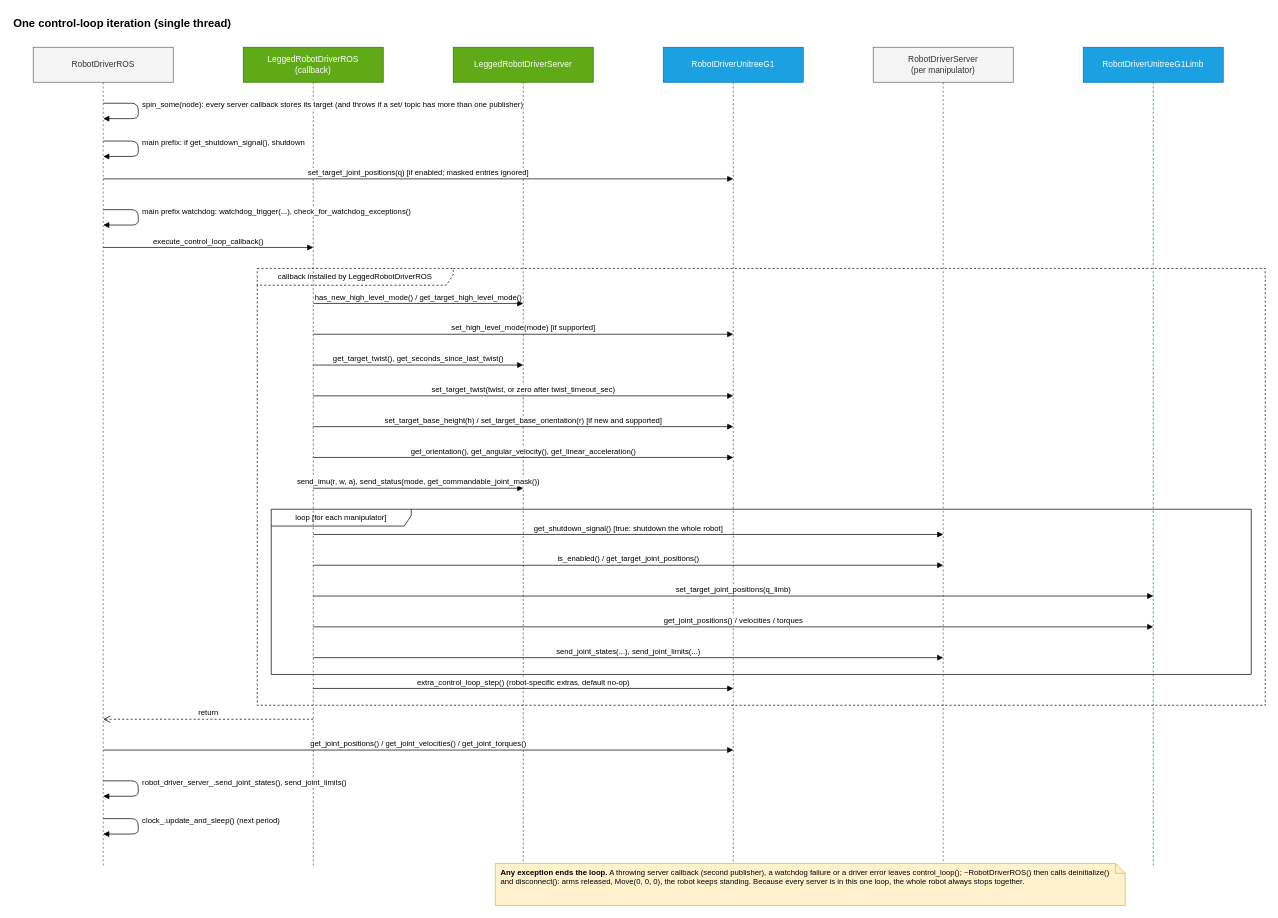
Adorno-Lab/sas_tools keeps this draw.io diagram as page "4. Control loop" (4 of 4) of design/UML/legged_robot_driver_architecture.drawio. Above is the earlier version. Source tidied: cells renumbered, new cells numbered last; positions are measured from the earlier drawing's top-left corner, leaving out a move shared by most shapes. Both pictures are drawn from the tidied source at 70%, with x=0, y=0 at pixel (12, 12).
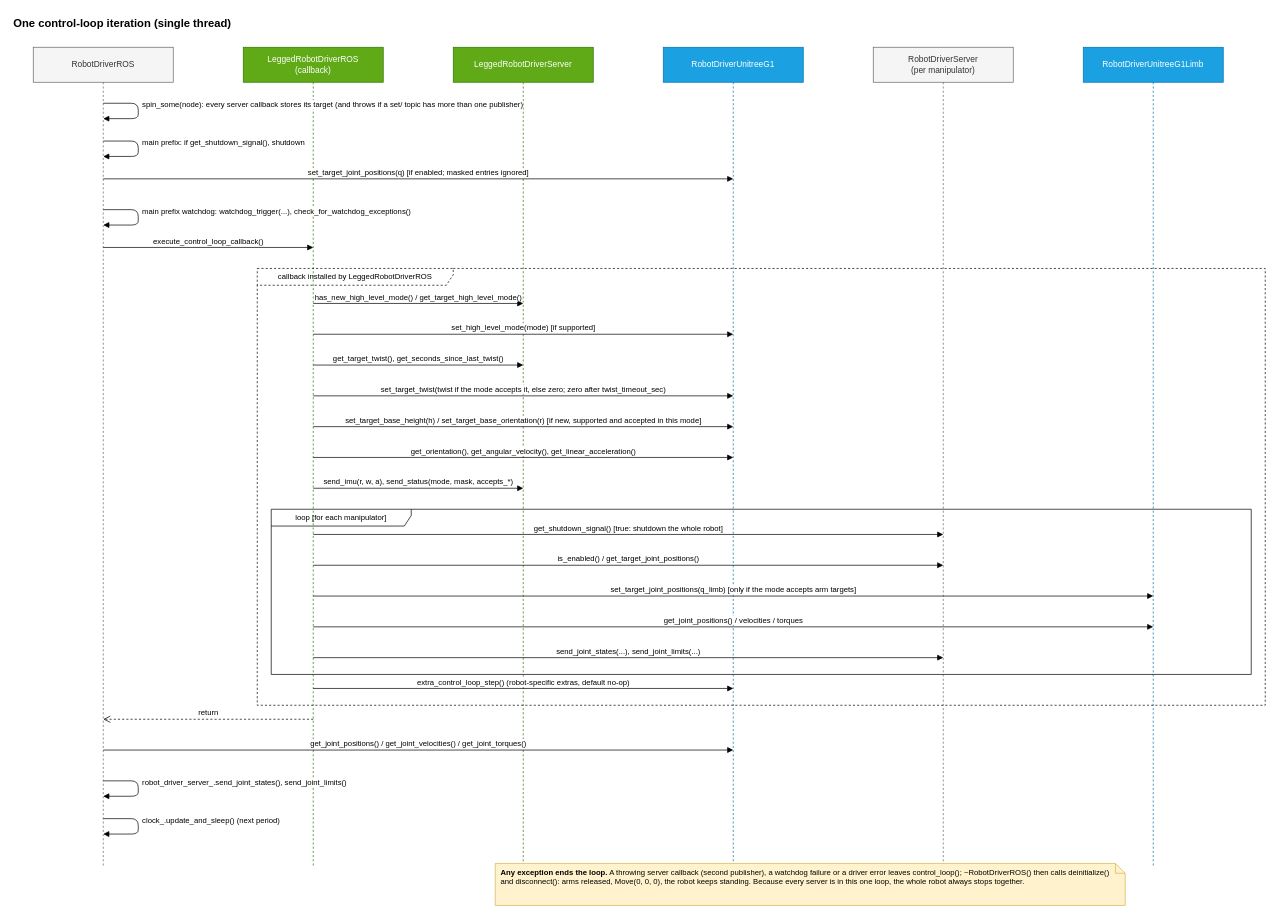
The same diagram, later.

The edit, as a diff of the source:
```diff
@@
-    <mxCell id="17" value="set_target_twist(twist, or zero after twist_timeout_sec)" style="html=1;verticalAlign=bottom;endArrow=block;endFill=1;fontSize=11;" parent="1" edge="1">
+    <mxCell id="17" value="set_target_twist(twist if the mode accepts it, else zero; zero after twist_timeout_sec)" style="html=1;verticalAlign=bottom;endArrow=block;endFill=1;fontSize=11;" parent="1" edge="1">
       <mxGeometry relative="1" as="geometry">
         <mxPoint x="430" y="548" as="sourcePoint" />
         <mxPoint x="1030" y="548" as="targetPoint" />
       </mxGeometry>
     </mxCell>
-    <mxCell id="18" value="set_target_base_height(h) / set_target_base_orientation(r)   [if new and supported]" style="html=1;verticalAlign=bottom;endArrow=block;endFill=1;fontSize=11;" parent="1" edge="1">
+    <mxCell id="18" value="set_target_base_height(h) / set_target_base_orientation(r)   [if new, supported and accepted in this mode]" style="html=1;verticalAlign=bottom;endArrow=block;endFill=1;fontSize=11;" parent="1" edge="1">
       <mxGeometry relative="1" as="geometry">
         <mxPoint x="430" y="592" as="sourcePoint" />
         <mxPoint x="1030" y="592" as="targetPoint" />
       </mxGeometry>
     </mxCell>
@@
-    <mxCell id="20" value="send_imu(r, w, a), send_status(mode, get_commandable_joint_mask())" style="html=1;verticalAlign=bottom;endArrow=block;endFill=1;fontSize=11;" parent="1" edge="1">
+    <mxCell id="20" value="send_imu(r, w, a), send_status(mode, mask, accepts_*)" style="html=1;verticalAlign=bottom;endArrow=block;endFill=1;fontSize=11;" parent="1" edge="1">
       <mxGeometry relative="1" as="geometry">
         <mxPoint x="430" y="680" as="sourcePoint" />
         <mxPoint x="730" y="680" as="targetPoint" />
       </mxGeometry>
     </mxCell>
@@
-    <mxCell id="23" value="set_target_joint_positions(q_limb)" style="html=1;verticalAlign=bottom;endArrow=block;endFill=1;fontSize=11;" parent="1" edge="1">
+    <mxCell id="23" value="set_target_joint_positions(q_limb)   [only if the mode accepts arm targets]" style="html=1;verticalAlign=bottom;endArrow=block;endFill=1;fontSize=11;" parent="1" edge="1">
       <mxGeometry relative="1" as="geometry">
         <mxPoint x="430" y="834" as="sourcePoint" />
         <mxPoint x="1630" y="834" as="targetPoint" />
       </mxGeometry>
     </mxCell>
```
